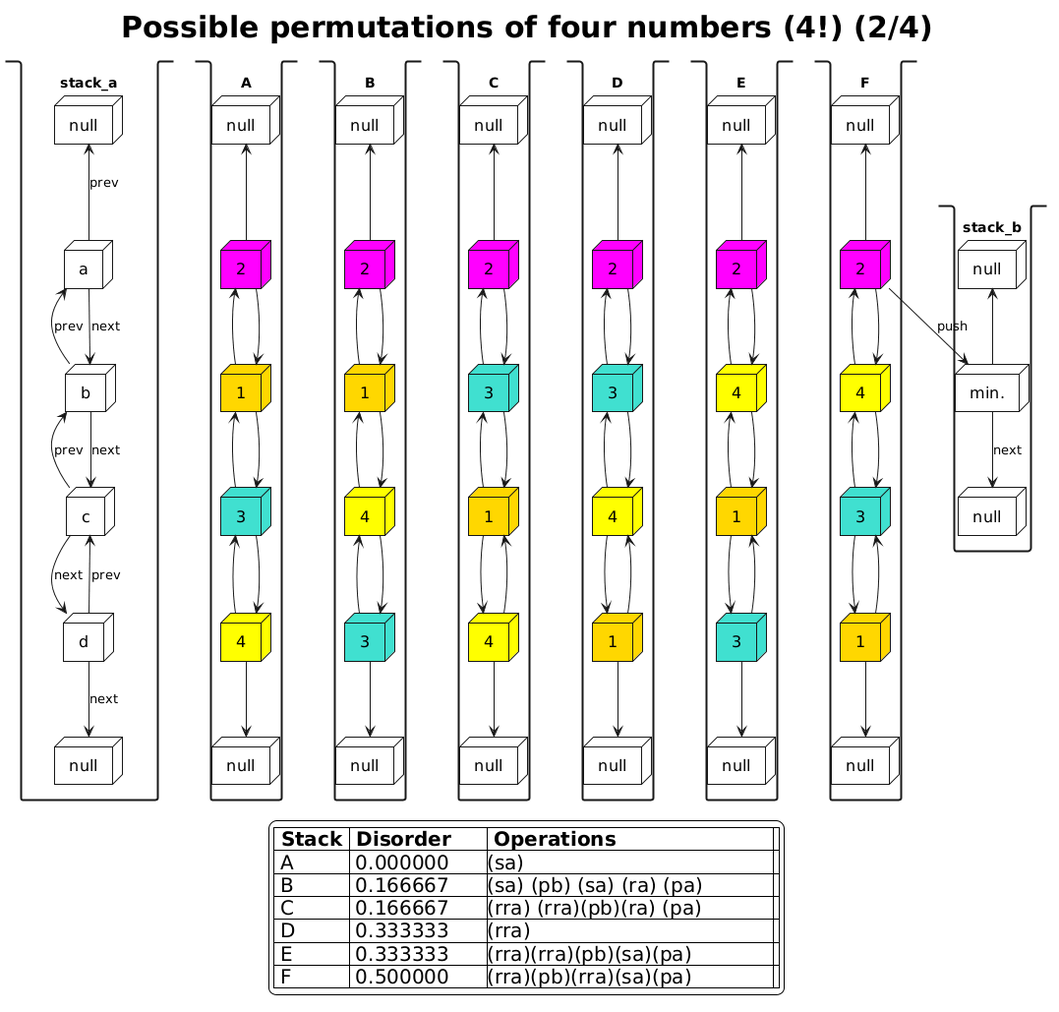
martinaradkovicova-lgtm/ft_push_swap keeps this PlantUML diagram as Alg4_2.png. Above is the earlier version. Source of this version:
```plantuml
@startuml
skinparam {
StackBorderThickness 2
NodeBorderThickness 1
NodeFontSize 16
    legend {
        FontSize 20
        BackgroundColor SnowWhite
    }
    title {
    FontSize 30
    }
}
title Possible permutations of four numbers (4!) (2/4)
legend
    |= Stack |= Disorder|= Operations        |
    | A | 0.000000      |(sa) |
    | B | 0.166667      |(sa) (pb) (sa) (ra) (pa)|
    | C | 0.166667      |(rra) (rra)(pb)(ra) (pa)|
    | D | 0.333333      |(rra)             | |
    | E | 0.333333      |(rra)(rra)(pb)(sa)(pa)             |
    | F | 0.500000      |(rra)(pb)(rra)(sa)(pa)|
endlegend

stack stack_a {
node null as n1_null #white
node a as a #white
node b as b #white
node c as c #white
node d as d #white
node null as n3_null #white
n1_null <-- a : prev
a <-- b : prev
a --> b : next
b <-- c : prev
b --> c : next
c --> d : next
c <-- d : prev
d --> n3_null : next
}


stack A {
node null as a1_null #white
node "2" as a1 #Magenta
node "1" as a2 #Gold
node "3" as a3 #turquoise
node "4" as a4 #Yellow
node null as a3_null #white
a1_null <-- a1
a1 <-- a2
a1 --> a2
a2 <-- a3
a2 --> a3
a3 <-- a4
a3 --> a4
a4 --> a3_null
}

stack B {
node null as b1_null #white
node "1" as b2 #Gold
node "2" as b3 #Magenta
node "4" as b4 #Yellow
node "3" as b1 #turquoise
node null as b3_null #white
b1_null <-- b3
b3 <-- b2
b3 --> b2
b2 <-- b4
b2 --> b4
b4 <-- b1
b4 --> b1
b1 --> b3_null
}

stack C {
node null as c1_null #white
node "1" as c3 #Gold
node "3" as c2 #turquoise
node "2" as c1 #Magenta
node "4" as c4 #Yellow
node null as c3_null #white
c1_null <-- c1
c1 <-- c2
c1 --> c2
c2 <-- c3
c2 --> c3
c3 --> c4
c3 <-- c4
c4 --> c3_null
}

stack D {
node null as d1_null #white
node "1" as d4 #Gold
node "3" as d2 #turquoise
node "4" as d3 #Yellow
node "2" as d1 #Magenta
node null as d3_null #white
d1_null <-- d1
d1 <-- d2
d1 --> d2
d2 <-- d3
d2 --> d3
d3 --> d4
d3 <-- d4
d4 --> d3_null
}

stack E {
node null as e1_null #white
node "1" as e3 #Gold
node "4" as e2 #Yellow
node "2" as e1 #Magenta
node "3" as e4 #turquoise
node null as e3_null #white
e1_null <-- e1
e1 <-- e2
e1 --> e2
e2 <-- e3
e2 --> e3
e3 --> e4
e3 <-- e4
e4 --> e3_null
}

stack F {
node null as f1_null #white
node "1" as f4 #Gold
node "4" as f2 #Yellow
node "3" as f3 #turquoise
node "2" as f1 #Magenta
node null as f3_null #white
f1_null <-- f1
f1 <-- f2
f1 --> f2
f2 <-- f3
f2 --> f3
f3 --> f4
f3 <-- f4
f4 --> f3_null
}

stack stack_b {
node null as x1_null #white
node "min." as x1 #white
node null as x3_null #white
x1_null <-- x1
f1 --> x1 :push
x1 --> x3_null : next
}
@enduml
```
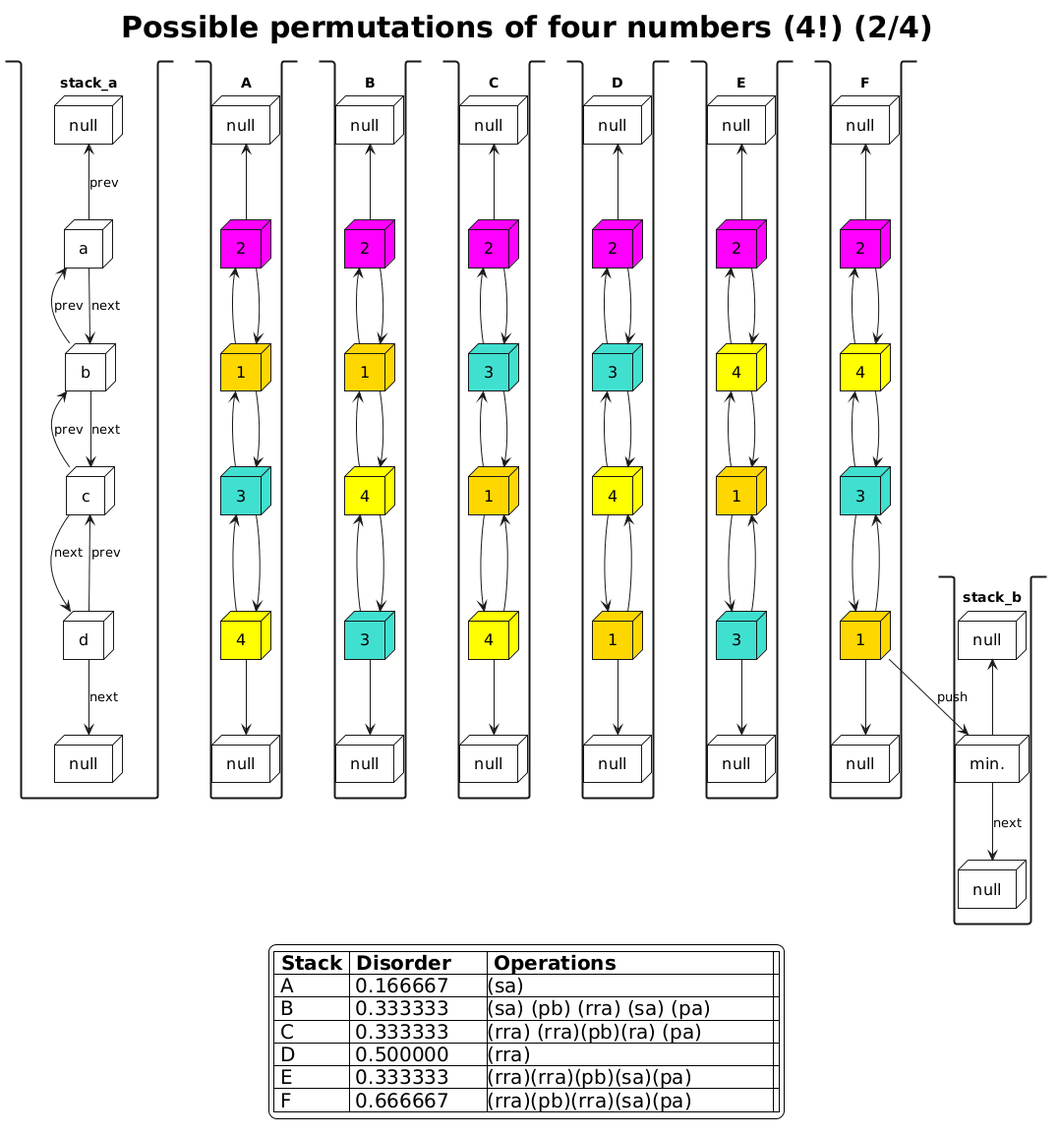
After the commit.

Change to the diagram source:
```diff
@@ -14,12 +14,12 @@
 title Possible permutations of four numbers (4!) (2/4)
 legend
     |= Stack |= Disorder|= Operations        |
-    | A | 0.000000      |(sa) |
-    | B | 0.166667      |(sa) (pb) (sa) (ra) (pa)|
-    | C | 0.166667      |(rra) (rra)(pb)(ra) (pa)|
-    | D | 0.333333      |(rra)             | |
+    | A | 0.166667      |(sa) |
+    | B | 0.333333      |(sa) (pb) (rra) (sa) (pa)|
+    | C | 0.333333      |(rra) (rra)(pb)(ra) (pa)|
+    | D | 0.500000      |(rra)             | |
     | E | 0.333333      |(rra)(rra)(pb)(sa)(pa)             |
-    | F | 0.500000      |(rra)(pb)(rra)(sa)(pa)|
+    | F | 0.666667      |(rra)(pb)(rra)(sa)(pa)|
 endlegend
 
 stack stack_a {
@@ -147,7 +147,7 @@
 node "min." as x1 #white
 node null as x3_null #white
 x1_null <-- x1
-f1 --> x1 :push
+f4 --> x1 :push
 x1 --> x3_null : next
 }
 @enduml
```
